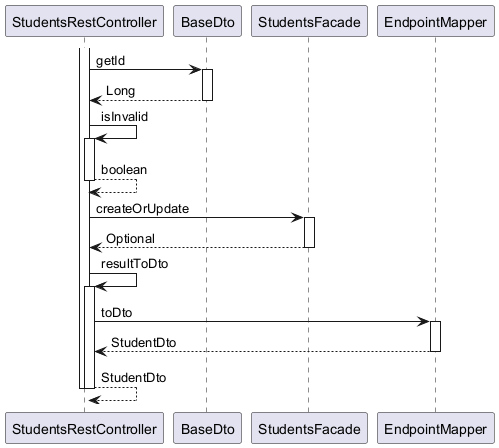
Above: ingress/documentation/html/images/Education.Students.updateStudent.puml.png.png in OlegSopilnyak/school-demo (PlantUML), before the change. Its diagram source:
```plantuml
@startuml

participant StudentsRestController
participant BaseDto
participant StudentsFacade
participant EndpointMapper

activate StudentsRestController
	StudentsRestController -> BaseDto : getId
	activate BaseDto
		BaseDto --> StudentsRestController : Long
	deactivate BaseDto
	StudentsRestController -> StudentsRestController : isInvalid
	activate StudentsRestController
		StudentsRestController --> StudentsRestController : boolean
	deactivate StudentsRestController
	StudentsRestController -> StudentsFacade : createOrUpdate
	activate StudentsFacade
		StudentsFacade --> StudentsRestController : Optional
	deactivate StudentsFacade
	StudentsRestController -> StudentsRestController : resultToDto
	activate StudentsRestController
		StudentsRestController -> EndpointMapper : toDto
		activate EndpointMapper
			EndpointMapper --> StudentsRestController : StudentDto
		deactivate EndpointMapper
		StudentsRestController --> StudentsRestController : StudentDto
	deactivate StudentsRestController
deactivate StudentsRestController

@enduml
```
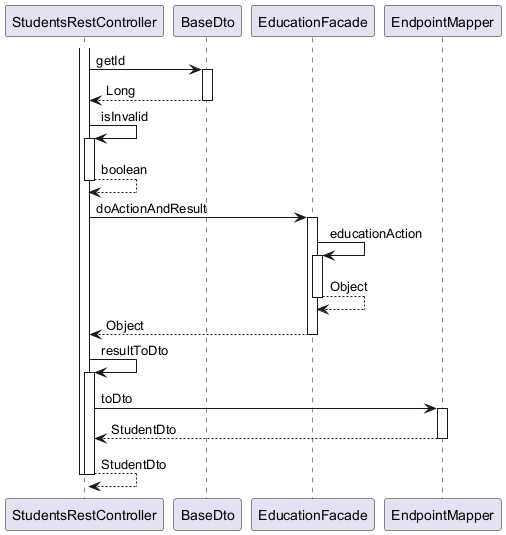
The same diagram one commit later.

Change to the diagram source:
```diff
@@ -2,7 +2,7 @@
 
 participant StudentsRestController
 participant BaseDto
-participant StudentsFacade
+participant EducationFacade
 participant EndpointMapper
 
 activate StudentsRestController
@@ -14,10 +14,14 @@
 	activate StudentsRestController
 		StudentsRestController --> StudentsRestController : boolean
 	deactivate StudentsRestController
-	StudentsRestController -> StudentsFacade : createOrUpdate
-	activate StudentsFacade
-		StudentsFacade --> StudentsRestController : Optional
-	deactivate StudentsFacade
+	StudentsRestController -> EducationFacade : doActionAndResult
+	activate EducationFacade
+		EducationFacade -> EducationFacade : educationAction
+		activate EducationFacade
+			EducationFacade --> EducationFacade : Object
+		deactivate EducationFacade
+		EducationFacade --> StudentsRestController : Object
+	deactivate EducationFacade
 	StudentsRestController -> StudentsRestController : resultToDto
 	activate StudentsRestController
 		StudentsRestController -> EndpointMapper : toDto
```
